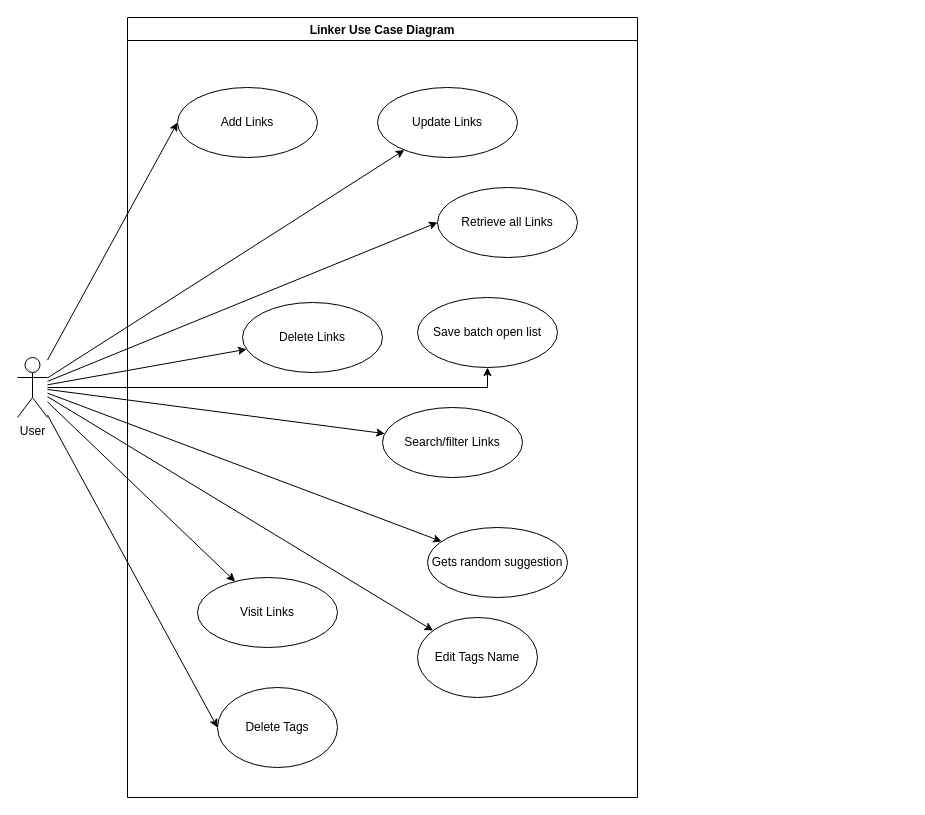
The draw.io diagram page "Use Case Diagram" (2 of 4) of docs/Linker.drawio in data-miner00/Linker, before the edit. Source tidied: cells renumbered, new cells numbered last; positions are measured from the earlier drawing's top-left corner, leaving out a move shared by most shapes. Both pictures are drawn from the tidied source at 100%, with x=0, y=0 at pixel (17, 17).
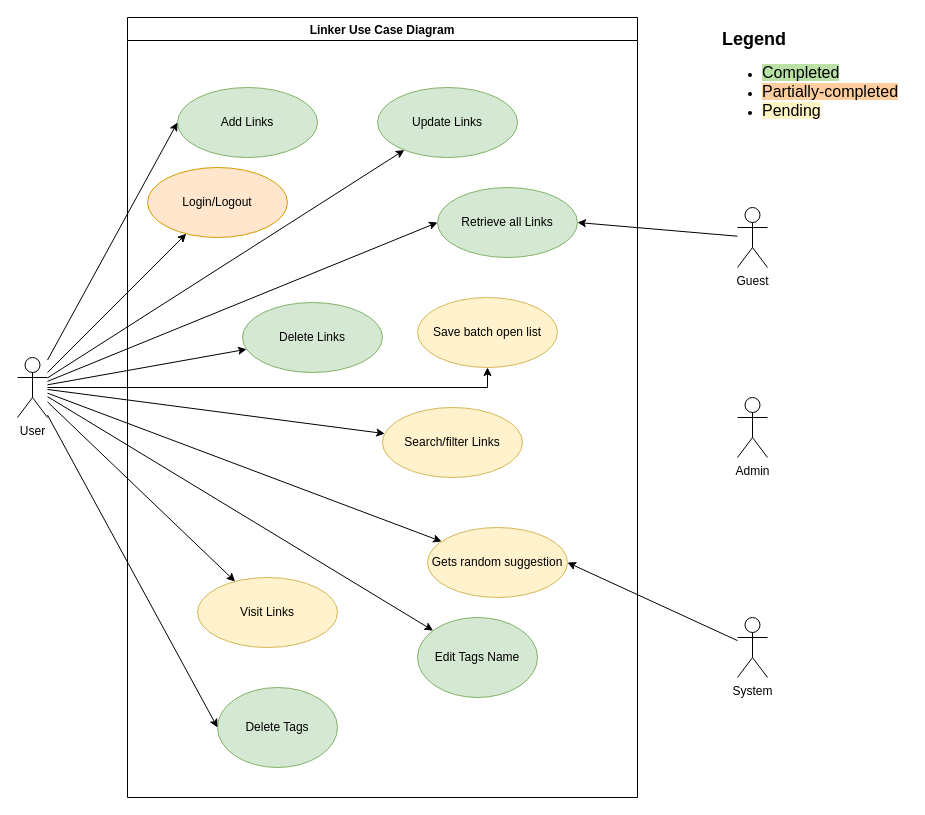
The same diagram, later.

The change refers to these unchanged cells:
```xml
<mxCell id="2" value="Linker Use Case Diagram" style="swimlane;" parent="1" vertex="1">
  <mxGeometry x="110" width="510" height="780" as="geometry" />
</mxCell>
<mxCell id="23" value="User" style="shape=umlActor;verticalLabelPosition=bottom;verticalAlign=top;html=1;outlineConnect=0;" parent="1" vertex="1">
  <mxGeometry y="340" width="30" height="60" as="geometry" />
</mxCell>
```

The edit, as a diff of the source:
```diff
@@
-    <mxCell id="3" value="Add Links" style="ellipse;whiteSpace=wrap;html=1;" parent="2" vertex="1">
+    <mxCell id="3" value="Add Links" style="ellipse;whiteSpace=wrap;html=1;fillColor=#d5e8d4;strokeColor=#82b366;" parent="2" vertex="1">
       <mxGeometry x="50" y="70" width="140" height="70" as="geometry" />
     </mxCell>
-    <mxCell id="4" value="Retrieve all Links" style="ellipse;whiteSpace=wrap;html=1;" parent="2" vertex="1">
+    <mxCell id="4" value="Retrieve all Links" style="ellipse;whiteSpace=wrap;html=1;fillColor=#d5e8d4;strokeColor=#82b366;" parent="2" vertex="1">
       <mxGeometry x="310" y="170" width="140" height="70" as="geometry" />
     </mxCell>
-    <mxCell id="5" value="Update Links" style="ellipse;whiteSpace=wrap;html=1;" parent="2" vertex="1">
+    <mxCell id="5" value="Update Links" style="ellipse;whiteSpace=wrap;html=1;fillColor=#d5e8d4;strokeColor=#82b366;" parent="2" vertex="1">
       <mxGeometry x="250" y="70" width="140" height="70" as="geometry" />
     </mxCell>
-    <mxCell id="6" value="Delete Links" style="ellipse;whiteSpace=wrap;html=1;" parent="2" vertex="1">
+    <mxCell id="6" value="Delete Links" style="ellipse;whiteSpace=wrap;html=1;fillColor=#d5e8d4;strokeColor=#82b366;" parent="2" vertex="1">
       <mxGeometry x="115" y="285" width="140" height="70" as="geometry" />
     </mxCell>
-    <mxCell id="7" value="Search/filter Links" style="ellipse;whiteSpace=wrap;html=1;" parent="2" vertex="1">
+    <mxCell id="7" value="Search/filter Links" style="ellipse;whiteSpace=wrap;html=1;fillColor=#fff2cc;strokeColor=#d6b656;" parent="2" vertex="1">
       <mxGeometry x="255" y="390" width="140" height="70" as="geometry" />
     </mxCell>
-    <mxCell id="8" value="Gets random suggestion" style="ellipse;whiteSpace=wrap;html=1;" parent="2" vertex="1">
+    <mxCell id="8" value="Gets random suggestion" style="ellipse;whiteSpace=wrap;html=1;fillColor=#fff2cc;strokeColor=#d6b656;" parent="2" vertex="1">
       <mxGeometry x="300" y="510" width="140" height="70" as="geometry" />
     </mxCell>
-    <mxCell id="9" value="Visit Links" style="ellipse;whiteSpace=wrap;html=1;" parent="2" vertex="1">
+    <mxCell id="9" value="Visit Links" style="ellipse;whiteSpace=wrap;html=1;fillColor=#fff2cc;strokeColor=#d6b656;" parent="2" vertex="1">
       <mxGeometry x="70" y="560" width="140" height="70" as="geometry" />
     </mxCell>
-    <mxCell id="10" value="Save batch open list" style="ellipse;whiteSpace=wrap;html=1;" parent="2" vertex="1">
+    <mxCell id="10" value="Save batch open list" style="ellipse;whiteSpace=wrap;html=1;fillColor=#fff2cc;strokeColor=#d6b656;" parent="2" vertex="1">
       <mxGeometry x="290" y="280" width="140" height="70" as="geometry" />
     </mxCell>
-    <mxCell id="11" value="Edit Tags Name" style="ellipse;whiteSpace=wrap;html=1;" parent="2" vertex="1">
+    <mxCell id="11" value="Edit Tags Name" style="ellipse;whiteSpace=wrap;html=1;fillColor=#d5e8d4;strokeColor=#82b366;" parent="2" vertex="1">
       <mxGeometry x="290" y="600" width="120" height="80" as="geometry" />
     </mxCell>
-    <mxCell id="12" value="Delete Tags" style="ellipse;whiteSpace=wrap;html=1;" parent="2" vertex="1">
+    <mxCell id="12" value="Delete Tags" style="ellipse;whiteSpace=wrap;html=1;fillColor=#d5e8d4;strokeColor=#82b366;" parent="2" vertex="1">
       <mxGeometry x="90" y="670" width="120" height="80" as="geometry" />
     </mxCell>
+    <mxCell id="24" value="Login/Logout" style="ellipse;whiteSpace=wrap;html=1;fillColor=#ffe6cc;strokeColor=#d79b00;" parent="2" vertex="1">
+      <mxGeometry x="20" y="150" width="140" height="70" as="geometry" />
+    </mxCell>
@@
+    <mxCell id="25" style="rounded=0;jettySize=auto;html=1;" parent="1" edge="1" source="23" target="24">
+      <mxGeometry relative="1" as="geometry" />
+    </mxCell>
@@
+    <mxCell id="26" value="&lt;h1 style=&quot;font-size: 18px;&quot;&gt;Legend&lt;/h1&gt;&lt;p&gt;&lt;/p&gt;&lt;ul&gt;&lt;li&gt;&lt;font style=&quot;font-size: 16px; background-color: rgb(185, 224, 165);&quot;&gt;Completed&lt;/font&gt;&lt;/li&gt;&lt;li&gt;&lt;font style=&quot;font-size: 16px; background-color: rgb(255, 206, 159);&quot;&gt;Partially-completed&lt;/font&gt;&lt;/li&gt;&lt;li&gt;&lt;font style=&quot;font-size: 16px; background-color: rgb(255, 244, 195);&quot;&gt;Pending&lt;/font&gt;&lt;/li&gt;&lt;/ul&gt;&lt;p&gt;&lt;/p&gt;" style="text;html=1;strokeColor=none;fillColor=none;spacing=5;spacingTop=-20;whiteSpace=wrap;overflow=hidden;rounded=0;" parent="1" vertex="1">
+      <mxGeometry x="700" y="10" width="190" height="120" as="geometry" />
+    </mxCell>
+    <mxCell id="27" style="rounded=0;jettySize=auto;html=1;entryX=1;entryY=0.5;entryDx=0;entryDy=0;" parent="1" edge="1" source="28" target="4">
+      <mxGeometry relative="1" as="geometry" />
+    </mxCell>
+    <mxCell id="28" value="Guest" style="shape=umlActor;verticalLabelPosition=bottom;verticalAlign=top;html=1;" parent="1" vertex="1">
+      <mxGeometry x="720" y="190" width="30" height="60" as="geometry" />
+    </mxCell>
+    <mxCell id="29" style="rounded=0;jettySize=auto;html=1;entryX=1;entryY=0.5;entryDx=0;entryDy=0;" parent="1" edge="1" source="30" target="8">
+      <mxGeometry relative="1" as="geometry" />
+    </mxCell>
+    <mxCell id="30" value="System" style="shape=umlActor;verticalLabelPosition=bottom;verticalAlign=top;html=1;" parent="1" vertex="1">
+      <mxGeometry x="720" y="600" width="30" height="60" as="geometry" />
+    </mxCell>
+    <mxCell id="31" value="Admin" style="shape=umlActor;verticalLabelPosition=bottom;verticalAlign=top;html=1;" parent="1" vertex="1">
+      <mxGeometry x="720" y="380" width="30" height="60" as="geometry" />
+    </mxCell>
```
